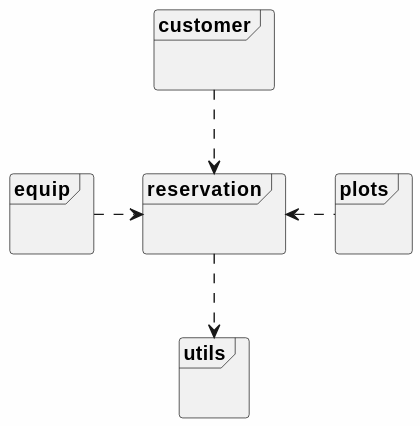
Before: src/main/asciidoc/models/design/PackageDiagramm.svg, a diagram exported from PlantUML (ShadowPaint-SP/Softwaretechnologieprojekt). Its diagram source:
```plantuml
@startuml
hide empty fields
hide empty methods
skinparam classAttributeIconSize 0
skinparam linetype ortho
skinparam BackgroundColor #FEFEFE
allowmixing
skinparam packageStyle Frame

package equip{
}
package reservation{
}
package customer{
}
package plots{
}
package utils{
}

customer .d.> reservation
equip .r.> reservation
plots .l.> reservation
utils <.u. reservation
@enduml
```
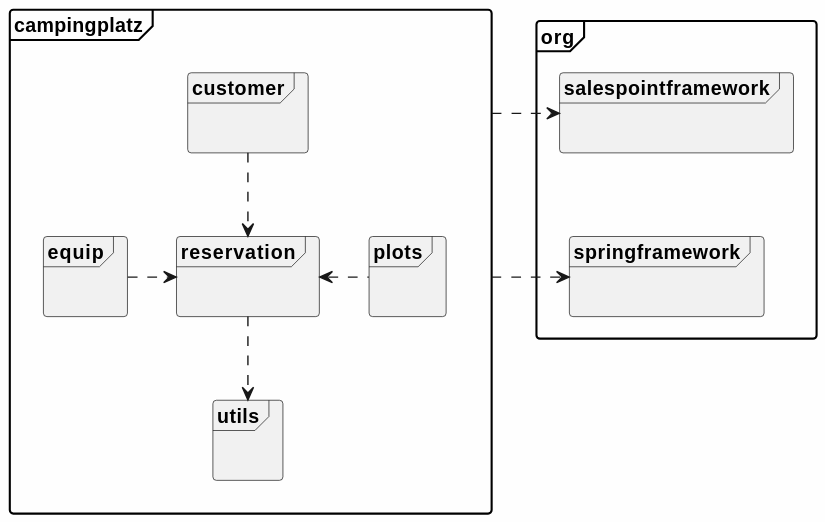
After the commit.

Change to the diagram source:
```diff
@@ -6,6 +6,8 @@
 skinparam BackgroundColor #FEFEFE
 allowmixing
 skinparam packageStyle Frame
+
+package campingplatz{
 
 package equip{
 }
@@ -17,9 +19,22 @@
 }
 package utils{
 }
+}
+package org{
+package org.salespointframework{
+}
+package org.springframework{
+}
+}
 
 customer .d.> reservation
 equip .r.> reservation
 plots .l.> reservation
 utils <.u. reservation
+
+org.springframework -[hidden]u- org.salespointframework
+
+
+campingplatz .r.> springframework
+campingplatz .r.> salespointframework
 @enduml
```
